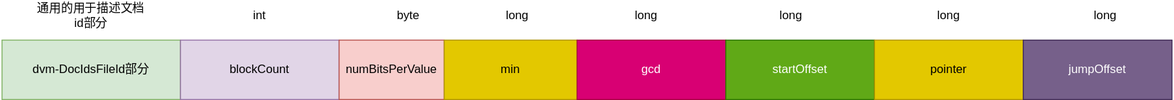
Above: lucene/class/codecs/dvm-sorted.svg in liooyan/notes (draw.io), before the change. Source tidied: cells renumbered, new cells last; positions are measured from the earlier drawing's top-left corner, leaving out a move shared by most shapes.
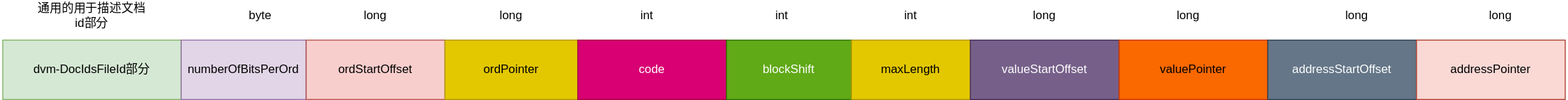
After the change.

Diff of the diagram source:
```diff
@@ -5,50 +5,68 @@
     <mxCell id="2" value="dvm-DocIdsFileId部分" style="rounded=0;whiteSpace=wrap;html=1;fillColor=#d5e8d4;strokeColor=#82b366;" parent="1" vertex="1">
       <mxGeometry y="40" width="180" height="60" as="geometry" />
     </mxCell>
-    <mxCell id="3" value="blockCount" style="rounded=0;whiteSpace=wrap;html=1;fillColor=#e1d5e7;strokeColor=#9673a6;" parent="1" vertex="1">
-      <mxGeometry x="180" y="40" width="160" height="60" as="geometry" />
+    <mxCell id="3" value="numberOfBitsPerOrd" style="rounded=0;whiteSpace=wrap;html=1;fillColor=#e1d5e7;strokeColor=#9673a6;" parent="1" vertex="1">
+      <mxGeometry x="180" y="40" width="126" height="60" as="geometry" />
     </mxCell>
-    <mxCell id="4" value="numBitsPerValue" style="rounded=0;whiteSpace=wrap;html=1;fillColor=#f8cecc;strokeColor=#b85450;" parent="1" vertex="1">
-      <mxGeometry x="340" y="40" width="106" height="60" as="geometry" />
+    <mxCell id="4" value="ordStartOffset" style="rounded=0;whiteSpace=wrap;html=1;fillColor=#f8cecc;strokeColor=#b85450;" parent="1" vertex="1">
+      <mxGeometry x="306" y="40" width="140" height="60" as="geometry" />
     </mxCell>
     <mxCell id="5" value="通用的用于描述文档id部分" style="text;html=1;strokeColor=none;fillColor=none;align=center;verticalAlign=middle;whiteSpace=wrap;rounded=0;" parent="1" vertex="1">
       <mxGeometry x="35" width="110" height="30" as="geometry" />
     </mxCell>
-    <mxCell id="6" value="int" style="text;html=1;strokeColor=none;fillColor=none;align=center;verticalAlign=middle;whiteSpace=wrap;rounded=0;" parent="1" vertex="1">
+    <mxCell id="6" value="byte" style="text;html=1;strokeColor=none;fillColor=none;align=center;verticalAlign=middle;whiteSpace=wrap;rounded=0;" parent="1" vertex="1">
       <mxGeometry x="230" width="60" height="30" as="geometry" />
     </mxCell>
-    <mxCell id="7" value="byte" style="text;html=1;strokeColor=none;fillColor=none;align=center;verticalAlign=middle;whiteSpace=wrap;rounded=0;" parent="1" vertex="1">
-      <mxGeometry x="380" width="60" height="30" as="geometry" />
+    <mxCell id="7" value="long" style="text;html=1;strokeColor=none;fillColor=none;align=center;verticalAlign=middle;whiteSpace=wrap;rounded=0;" parent="1" vertex="1">
+      <mxGeometry x="346" width="60" height="30" as="geometry" />
     </mxCell>
-    <mxCell id="8" value="min" style="rounded=0;whiteSpace=wrap;html=1;fillColor=#e3c800;strokeColor=#B09500;fontColor=#000000;" parent="1" vertex="1">
+    <mxCell id="8" value="ordPointer" style="rounded=0;whiteSpace=wrap;html=1;fillColor=#e3c800;strokeColor=#B09500;fontColor=#000000;" parent="1" vertex="1">
       <mxGeometry x="446" y="40" width="134" height="60" as="geometry" />
     </mxCell>
     <mxCell id="9" value="long" style="text;html=1;strokeColor=none;fillColor=none;align=center;verticalAlign=middle;whiteSpace=wrap;rounded=0;" parent="1" vertex="1">
-      <mxGeometry x="490" width="60" height="30" as="geometry" />
+      <mxGeometry x="483" width="60" height="30" as="geometry" />
     </mxCell>
-    <mxCell id="10" value="gcd" style="rounded=0;whiteSpace=wrap;html=1;fillColor=#d80073;strokeColor=#A50040;fontColor=#ffffff;" parent="1" vertex="1">
+    <mxCell id="10" value="code" style="rounded=0;whiteSpace=wrap;html=1;fillColor=#d80073;strokeColor=#A50040;fontColor=#ffffff;" parent="1" vertex="1">
       <mxGeometry x="580" y="40" width="150" height="60" as="geometry" />
     </mxCell>
-    <mxCell id="11" value="long" style="text;html=1;strokeColor=none;fillColor=none;align=center;verticalAlign=middle;whiteSpace=wrap;rounded=0;" parent="1" vertex="1">
+    <mxCell id="11" value="int" style="text;html=1;strokeColor=none;fillColor=none;align=center;verticalAlign=middle;whiteSpace=wrap;rounded=0;" parent="1" vertex="1">
       <mxGeometry x="620" width="60" height="30" as="geometry" />
     </mxCell>
-    <mxCell id="12" value="startOffset" style="rounded=0;whiteSpace=wrap;html=1;fillColor=#60a917;strokeColor=#2D7600;fontColor=#ffffff;" parent="1" vertex="1">
-      <mxGeometry x="730" y="40" width="150" height="60" as="geometry" />
+    <mxCell id="12" value="blockShift" style="rounded=0;whiteSpace=wrap;html=1;fillColor=#60a917;strokeColor=#2D7600;fontColor=#ffffff;" parent="1" vertex="1">
+      <mxGeometry x="730" y="40" width="126" height="60" as="geometry" />
     </mxCell>
-    <mxCell id="13" value="long" style="text;html=1;strokeColor=none;fillColor=none;align=center;verticalAlign=middle;whiteSpace=wrap;rounded=0;" parent="1" vertex="1">
-      <mxGeometry x="766" width="60" height="30" as="geometry" />
+    <mxCell id="13" value="int" style="text;html=1;strokeColor=none;fillColor=none;align=center;verticalAlign=middle;whiteSpace=wrap;rounded=0;" parent="1" vertex="1">
+      <mxGeometry x="756" width="60" height="30" as="geometry" />
     </mxCell>
-    <mxCell id="14" value="pointer" style="rounded=0;whiteSpace=wrap;html=1;fillColor=#e3c800;strokeColor=#B09500;fontColor=#000000;" parent="1" vertex="1">
-      <mxGeometry x="880" y="40" width="150" height="60" as="geometry" />
+    <mxCell id="14" value="maxLength" style="rounded=0;whiteSpace=wrap;html=1;fillColor=#e3c800;strokeColor=#B09500;fontColor=#000000;" parent="1" vertex="1">
+      <mxGeometry x="856" y="40" width="120" height="60" as="geometry" />
     </mxCell>
-    <mxCell id="15" value="long" style="text;html=1;strokeColor=none;fillColor=none;align=center;verticalAlign=middle;whiteSpace=wrap;rounded=0;" parent="1" vertex="1">
-      <mxGeometry x="925" width="60" height="30" as="geometry" />
+    <mxCell id="15" value="int" style="text;html=1;strokeColor=none;fillColor=none;align=center;verticalAlign=middle;whiteSpace=wrap;rounded=0;" parent="1" vertex="1">
+      <mxGeometry x="886" width="60" height="30" as="geometry" />
     </mxCell>
-    <mxCell id="16" value="jumpOffset" style="rounded=0;whiteSpace=wrap;html=1;fillColor=#76608a;strokeColor=#432D57;fontColor=#ffffff;" parent="1" vertex="1">
-      <mxGeometry x="1030" y="40" width="150" height="60" as="geometry" />
+    <mxCell id="16" value="valueStartOffset" style="rounded=0;whiteSpace=wrap;html=1;fillColor=#76608a;strokeColor=#432D57;fontColor=#ffffff;" parent="1" vertex="1">
+      <mxGeometry x="976" y="40" width="150" height="60" as="geometry" />
     </mxCell>
     <mxCell id="17" value="long" style="text;html=1;strokeColor=none;fillColor=none;align=center;verticalAlign=middle;whiteSpace=wrap;rounded=0;" parent="1" vertex="1">
-      <mxGeometry x="1083" width="60" height="30" as="geometry" />
+      <mxGeometry x="1021" width="60" height="30" as="geometry" />
     </mxCell>
+    <mxCell id="18" value="valuePointer" style="rounded=0;whiteSpace=wrap;html=1;fillColor=#fa6800;strokeColor=#C73500;fontColor=#000000;" parent="1" vertex="1">
+      <mxGeometry x="1126" y="40" width="150" height="60" as="geometry" />
+    </mxCell>
+    <mxCell id="19" value="long" style="text;html=1;strokeColor=none;fillColor=none;align=center;verticalAlign=middle;whiteSpace=wrap;rounded=0;" parent="1" vertex="1">
+      <mxGeometry x="1166" width="60" height="30" as="geometry" />
+    </mxCell>
+    <mxCell id="20" value="addressStartOffset" style="rounded=0;whiteSpace=wrap;html=1;fillColor=#647687;strokeColor=#314354;fontColor=#ffffff;" parent="1" vertex="1">
+      <mxGeometry x="1276" y="40" width="150" height="60" as="geometry" />
+    </mxCell>
+    <mxCell id="21" value="addressPointer" style="rounded=0;whiteSpace=wrap;html=1;fillColor=#fad9d5;strokeColor=#ae4132;" parent="1" vertex="1">
+      <mxGeometry x="1426" y="40" width="150" height="60" as="geometry" />
+    </mxCell>
+    <mxCell id="22" value="long" style="text;html=1;strokeColor=none;fillColor=none;align=center;verticalAlign=middle;whiteSpace=wrap;rounded=0;" parent="1" vertex="1">
+      <mxGeometry x="1336" width="60" height="30" as="geometry" />
+    </mxCell>
+    <mxCell id="23" value="long" style="text;html=1;strokeColor=none;fillColor=none;align=center;verticalAlign=middle;whiteSpace=wrap;rounded=0;" parent="1" vertex="1">
+      <mxGeometry x="1481" width="60" height="30" as="geometry" />
+    </mxCell>
   </root>
 </mxGraphModel>
```
